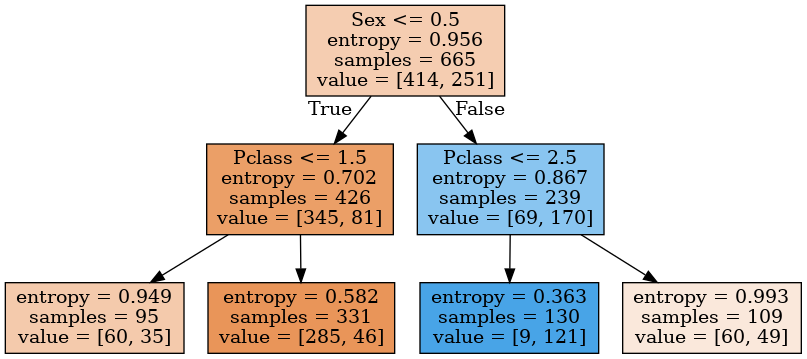
Above: datanerd.hateblo.jp/2020/04/30/tree/model4.png in sugiyamath/self_kaggling (Graphviz), before the change. Its source is kept beside it as datanerd.hateblo.jp/2020/04/30/tree/model4.dot.
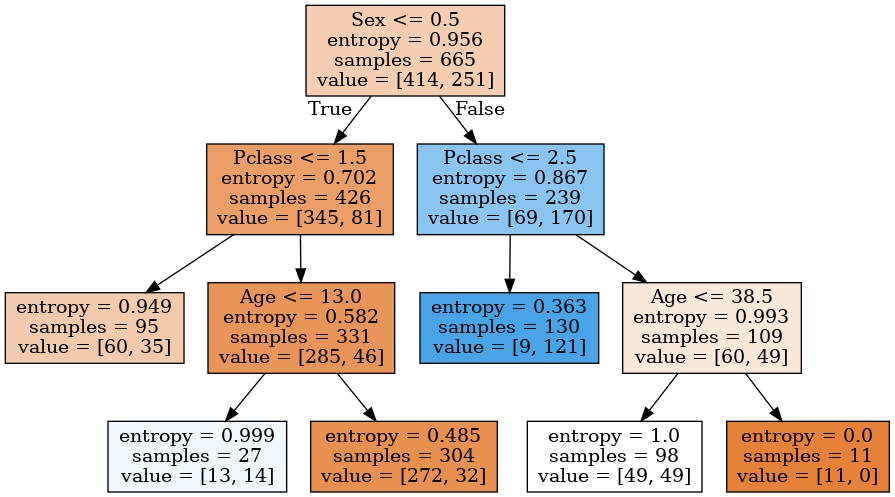
Later version of the same file.

The edit, as a diff of the source:
```diff
@@ -5,12 +5,20 @@
 0 -> 1 [labeldistance=2.5, labelangle=45, headlabel="True"] ;
 5 [label="entropy = 0.949\nsamples = 95\nvalue = [60, 35]", fillcolor="#f4caac"] ;
 1 -> 5 ;
-6 [label="entropy = 0.582\nsamples = 331\nvalue = [285, 46]", fillcolor="#e99559"] ;
+6 [label="Age <= 13.0\nentropy = 0.582\nsamples = 331\nvalue = [285, 46]", fillcolor="#e99559"] ;
 1 -> 6 ;
+7 [label="entropy = 0.999\nsamples = 27\nvalue = [13, 14]", fillcolor="#f1f8fd"] ;
+6 -> 7 ;
+8 [label="entropy = 0.485\nsamples = 304\nvalue = [272, 32]", fillcolor="#e89050"] ;
+6 -> 8 ;
 2 [label="Pclass <= 2.5\nentropy = 0.867\nsamples = 239\nvalue = [69, 170]", fillcolor="#89c5f0"] ;
 0 -> 2 [labeldistance=2.5, labelangle=-45, headlabel="False"] ;
 3 [label="entropy = 0.363\nsamples = 130\nvalue = [9, 121]", fillcolor="#48a4e7"] ;
 2 -> 3 ;
-4 [label="entropy = 0.993\nsamples = 109\nvalue = [60, 49]", fillcolor="#fae8db"] ;
+4 [label="Age <= 38.5\nentropy = 0.993\nsamples = 109\nvalue = [60, 49]", fillcolor="#fae8db"] ;
 2 -> 4 ;
+9 [label="entropy = 1.0\nsamples = 98\nvalue = [49, 49]", fillcolor="#ffffff"] ;
+4 -> 9 ;
+10 [label="entropy = 0.0\nsamples = 11\nvalue = [11, 0]", fillcolor="#e58139"] ;
+4 -> 10 ;
 }
```
